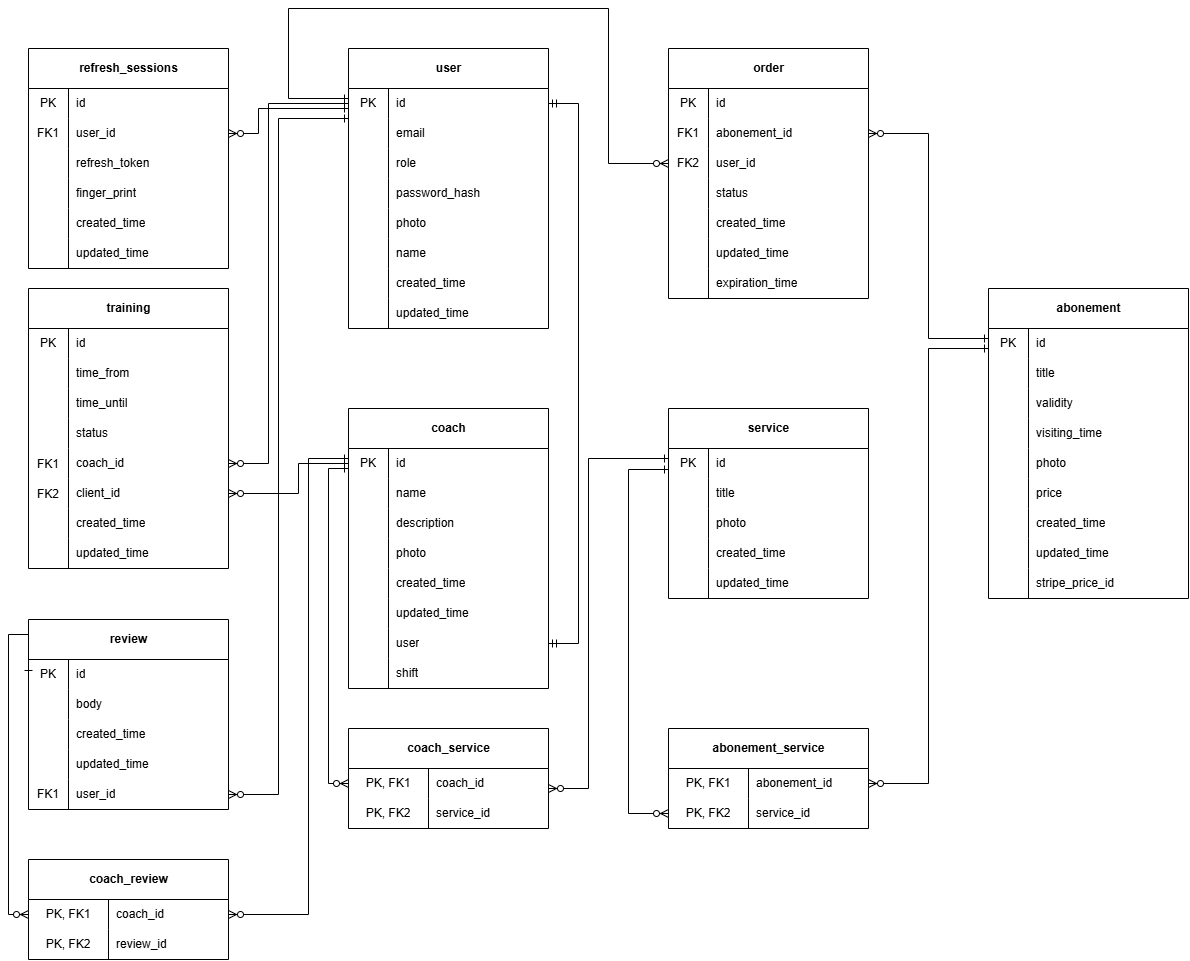
This is doc/diplom/fitness_center_db.drawio.png from DanKo-code/Fitness-Center-Mono, a draw.io export, as it was before one commit. Source tidied: cells renumbered, new cells last; positions are measured from the earlier drawing's top-left corner, leaving out a move shared by most shapes.
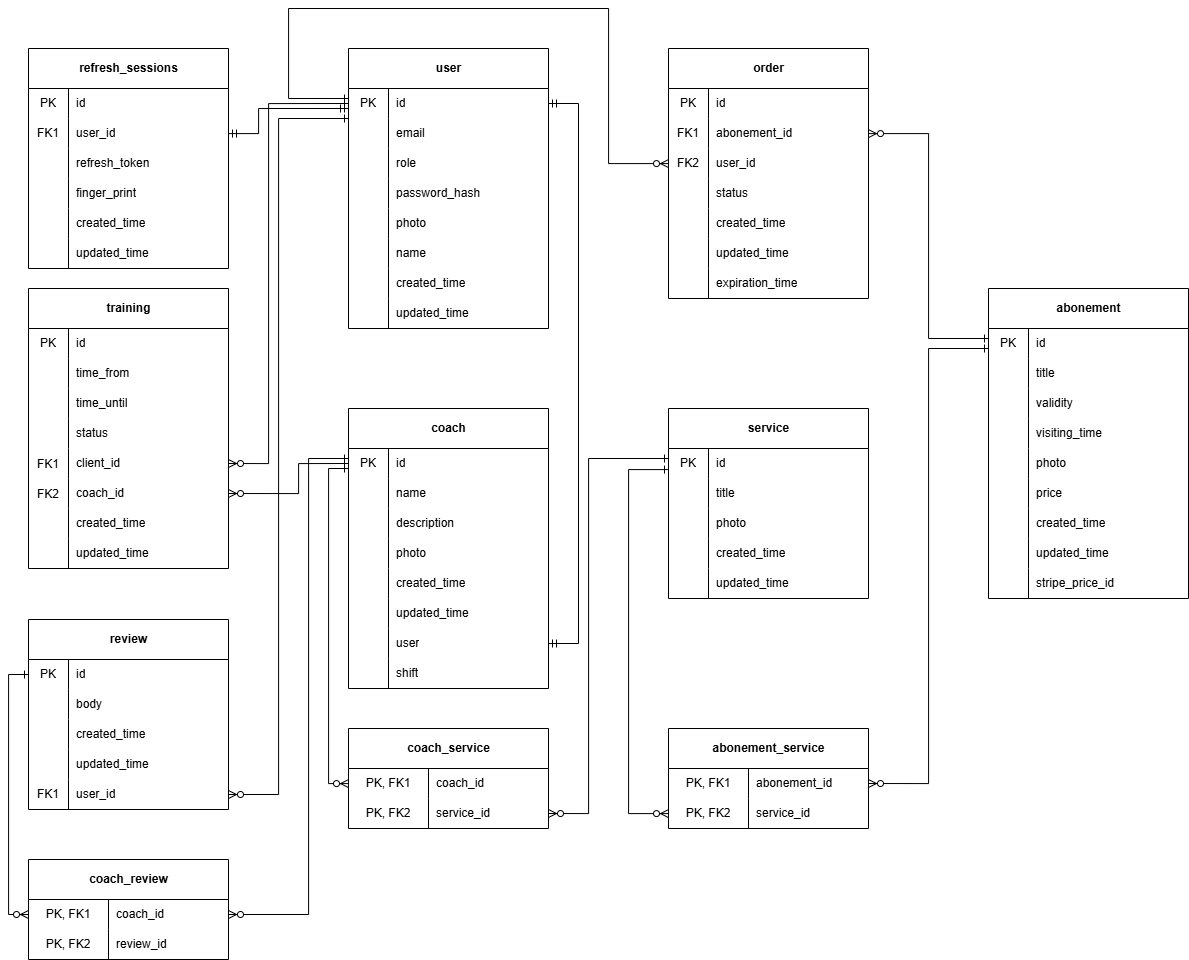
Above is the later version.

The edit, as a diff of the source:
```diff
@@ -518,7 +518,7 @@
     <mxCell id="173" value="service_id" style="shape=partialRectangle;fillColor=none;top=0;left=0;bottom=0;right=0;align=left;spacingLeft=6;overflow=hidden;whiteSpace=wrap;html=1;" parent="171" vertex="1">
       <mxGeometry x="80" width="120" height="30" as="geometry" />
     </mxCell>
-    <mxCell id="174" style="edgeStyle=orthogonalEdgeStyle;fontSize=12;html=1;endArrow=ERzeroToMany;startArrow=ERone;rounded=0;startFill=0;" parent="1" edge="1" source="3" target="116">
+    <mxCell id="174" style="edgeStyle=orthogonalEdgeStyle;fontSize=12;html=1;endArrow=ERmandOne;startArrow=ERmandOne;rounded=0;startFill=0;endFill=0;" parent="1" edge="1" source="3" target="116">
       <mxGeometry relative="1" as="geometry">
         <Array as="points">
           <mxPoint x="250" y="100" />
@@ -563,7 +563,7 @@
     <mxCell id="179" style="edgeStyle=orthogonalEdgeStyle;fontSize=12;html=1;endArrow=ERzeroToMany;startArrow=ERone;rounded=0;startFill=0;exitX=0;exitY=0.5;exitDx=0;exitDy=0;entryX=0;entryY=0.5;entryDx=0;entryDy=0;" parent="1" edge="1" source="81" target="161">
       <mxGeometry relative="1" as="geometry">
         <Array as="points">
-          <mxPoint y="626" />
+          <mxPoint y="666" />
           <mxPoint y="906" />
         </Array>
       </mxGeometry>
@@ -576,11 +576,11 @@
         </Array>
       </mxGeometry>
     </mxCell>
-    <mxCell id="181" style="edgeStyle=orthogonalEdgeStyle;fontSize=12;html=1;endArrow=ERzeroToMany;startArrow=ERone;rounded=0;startFill=0;" parent="1" edge="1" source="97" target="168">
+    <mxCell id="181" style="edgeStyle=orthogonalEdgeStyle;fontSize=12;html=1;endArrow=ERzeroToMany;startArrow=ERone;rounded=0;startFill=0;entryX=1;entryY=0.5;entryDx=0;entryDy=0;" parent="1" edge="1" source="97" target="171">
       <mxGeometry relative="1" as="geometry">
         <Array as="points">
           <mxPoint x="580" y="450" />
-          <mxPoint x="580" y="780" />
+          <mxPoint x="580" y="805" />
         </Array>
       </mxGeometry>
     </mxCell>
@@ -652,7 +652,7 @@
     <mxCell id="199" style="shape=partialRectangle;fillColor=none;top=0;left=0;bottom=0;right=0;overflow=hidden;whiteSpace=wrap;html=1;" parent="198" vertex="1">
       <mxGeometry width="40" height="30" as="geometry" />
     </mxCell>
-    <mxCell id="200" value="coach_id" style="shape=partialRectangle;fillColor=none;top=0;left=0;bottom=0;right=0;align=left;spacingLeft=6;overflow=hidden;whiteSpace=wrap;html=1;" parent="198" vertex="1">
+    <mxCell id="200" value="client_id" style="shape=partialRectangle;fillColor=none;top=0;left=0;bottom=0;right=0;align=left;spacingLeft=6;overflow=hidden;whiteSpace=wrap;html=1;" parent="198" vertex="1">
       <mxGeometry x="40" width="160" height="30" as="geometry" />
     </mxCell>
     <mxCell id="201" style="shape=tableRow;horizontal=0;startSize=0;swimlaneHead=0;swimlaneBody=0;fillColor=none;points=[[0,0.5],[1,0.5]];portConstraint=eastwest;top=0;left=0;right=0;bottom=0;" parent="185" vertex="1">
@@ -661,7 +661,7 @@
     <mxCell id="202" style="shape=partialRectangle;fillColor=none;top=0;left=0;bottom=0;right=0;overflow=hidden;whiteSpace=wrap;html=1;" parent="201" vertex="1">
       <mxGeometry width="40" height="30" as="geometry" />
     </mxCell>
-    <mxCell id="203" value="client_id" style="shape=partialRectangle;fillColor=none;top=0;left=0;bottom=0;right=0;align=left;spacingLeft=6;overflow=hidden;whiteSpace=wrap;html=1;" parent="201" vertex="1">
+    <mxCell id="203" value="coach_id" style="shape=partialRectangle;fillColor=none;top=0;left=0;bottom=0;right=0;align=left;spacingLeft=6;overflow=hidden;whiteSpace=wrap;html=1;" parent="201" vertex="1">
       <mxGeometry x="40" width="160" height="30" as="geometry" />
     </mxCell>
     <mxCell id="204" style="shape=tableRow;horizontal=0;startSize=0;swimlaneHead=0;swimlaneBody=0;fillColor=none;top=0;left=0;right=0;bottom=0;" parent="185" vertex="1">
```
